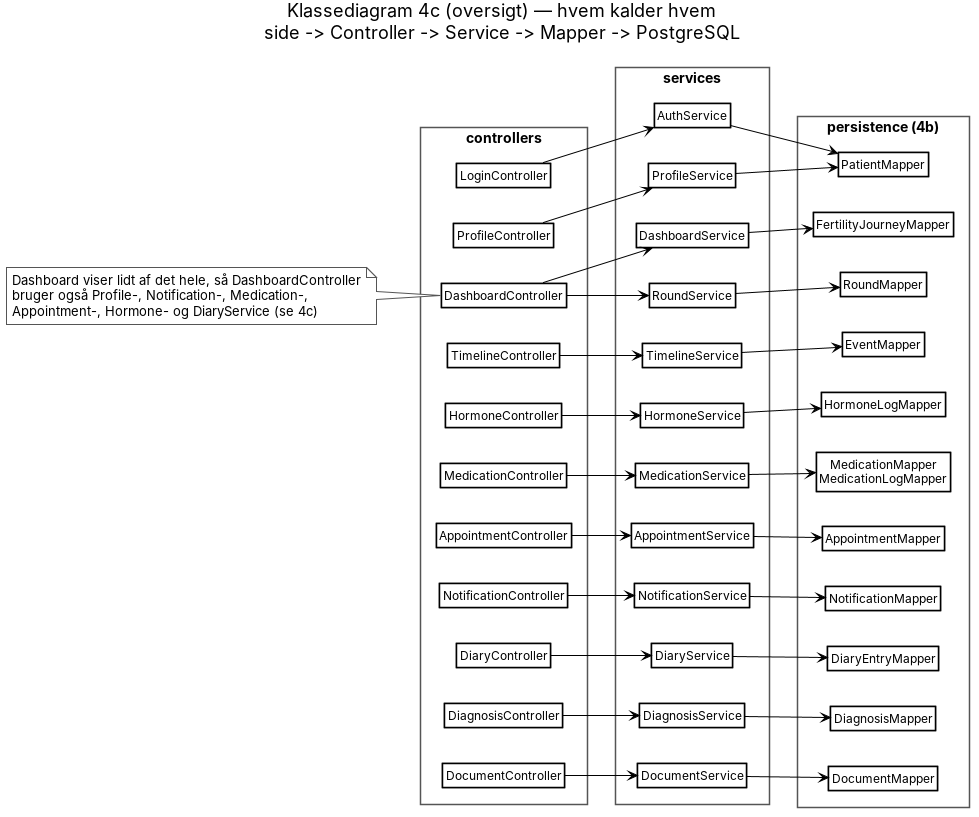
BesimaP/Simpl-PET-project keeps this PlantUML diagram as doc/static/Klassediagram4c-oversigt.png. Above is the earlier version. Its source is kept beside it as doc/static/Klassediagram4c-oversigt.puml.
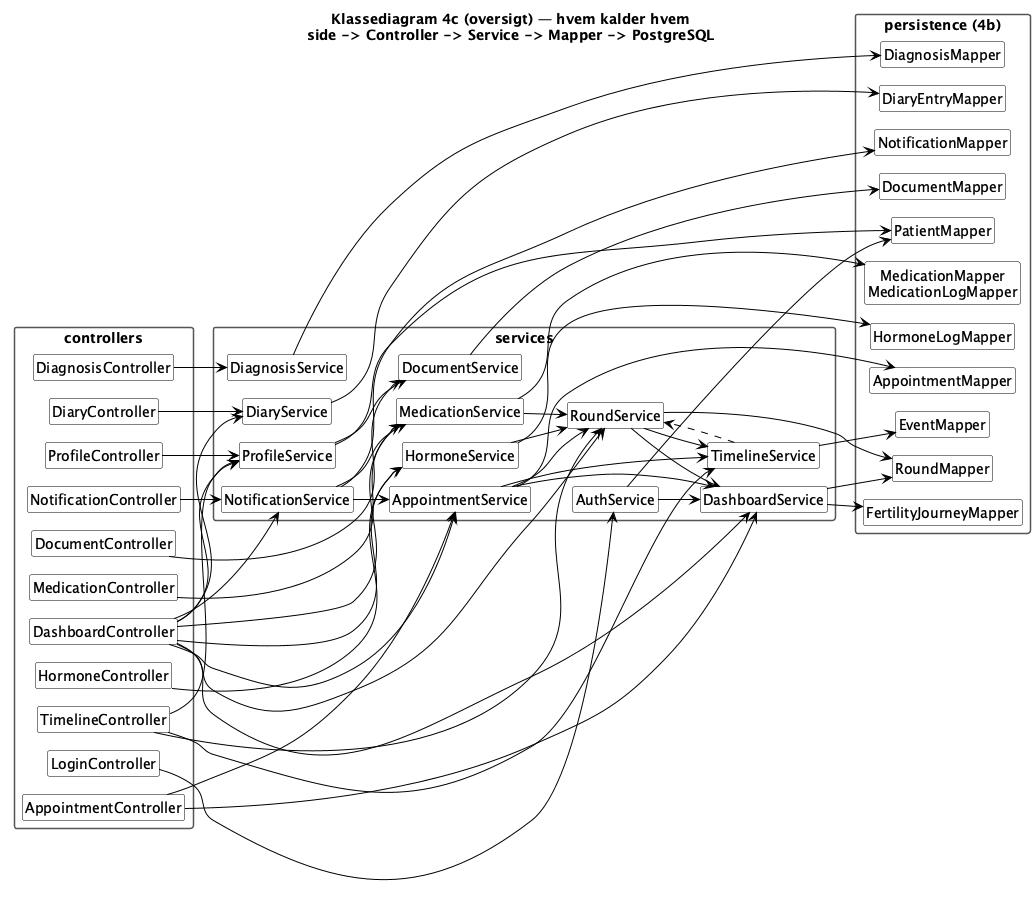
After the change.

What changed in the source:
```diff
@@ -97,6 +97,28 @@
 DocumentController --> DocumentService
 DocumentService --> DocumentMapper
 
-note "Dashboard viser lidt af det hele, så DashboardController\nbruger også Profile-, Notification-, Medication-,\nAppointment-, Hormone- og DiaryService (se 4c)" as N1
-N1 .. DashboardController
+DashboardService --> RoundMapper
+
+DashboardController --> ProfileService
+DashboardController --> NotificationService
+DashboardController --> MedicationService
+DashboardController --> AppointmentService
+DashboardController --> HormoneService
+DashboardController --> DiaryService
+TimelineController --> ProfileService
+TimelineController --> RoundService
+AppointmentController --> DashboardService
+
+AuthService --> DashboardService
+ProfileService --> DocumentService
+RoundService --> DashboardService
+RoundService --> TimelineService
+TimelineService ..> RoundService
+HormoneService --> RoundService
+MedicationService --> RoundService
+AppointmentService --> DashboardService
+AppointmentService --> RoundService
+AppointmentService --> TimelineService
+NotificationService --> MedicationService
+NotificationService --> AppointmentService
 @enduml
```
